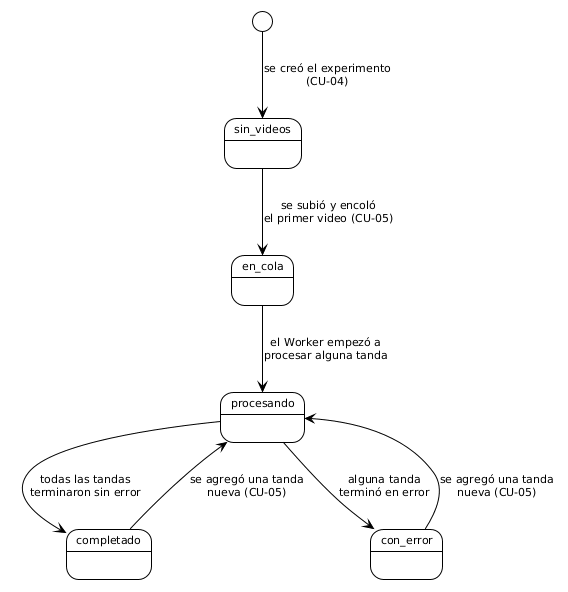
This is figures/mermaid/estados_experimento.png from ErickJester/fst-ai-system-latex, a PlantUML export, as it was before one commit. The source it was exported from:
```plantuml
@startuml
!theme plain
skinparam defaultFontName Arial
skinparam defaultFontSize 11
skinparam shadowing false

[*] --> sin_videos : se creó el experimento\n(CU-04)

sin_videos --> en_cola : se subió y encoló\nel primer video (CU-05)
en_cola --> procesando : el Worker empezó a\nprocesar alguna tanda
procesando --> completado : todas las tandas\nterminaron sin error
procesando --> con_error : alguna tanda\nterminó en error
completado --> procesando : se agregó una tanda\nnueva (CU-05)
con_error --> procesando : se agregó una tanda\nnueva (CU-05)
@enduml
```
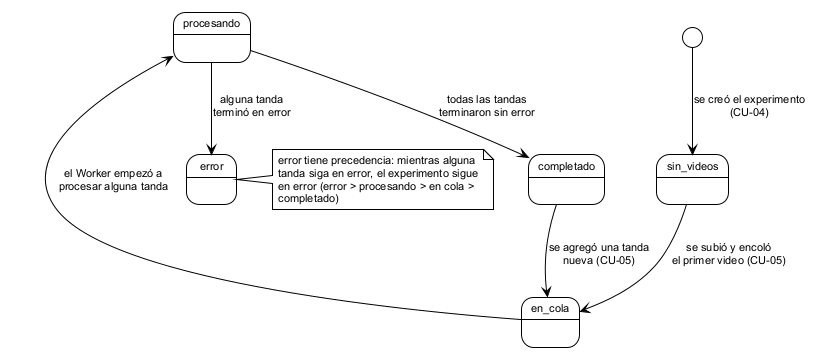
The same diagram one commit later.

Diff of the diagram source:
```diff
@@ -1,4 +1,4 @@
-@startuml
+@startuml estados_experimento
 !theme plain
 skinparam defaultFontName Arial
 skinparam defaultFontSize 11
@@ -9,7 +9,13 @@
 sin_videos --> en_cola : se subió y encoló\nel primer video (CU-05)
 en_cola --> procesando : el Worker empezó a\nprocesar alguna tanda
 procesando --> completado : todas las tandas\nterminaron sin error
-procesando --> con_error : alguna tanda\nterminó en error
-completado --> procesando : se agregó una tanda\nnueva (CU-05)
-con_error --> procesando : se agregó una tanda\nnueva (CU-05)
+procesando --> error : alguna tanda\nterminó en error
+completado --> en_cola : se agregó una tanda\nnueva (CU-05)
+note right of error
+  error tiene precedencia: mientras alguna
+  tanda siga en error, el experimento sigue
+  en error (error > procesando > en cola >
+  completado)
+end note
+
 @enduml
```
